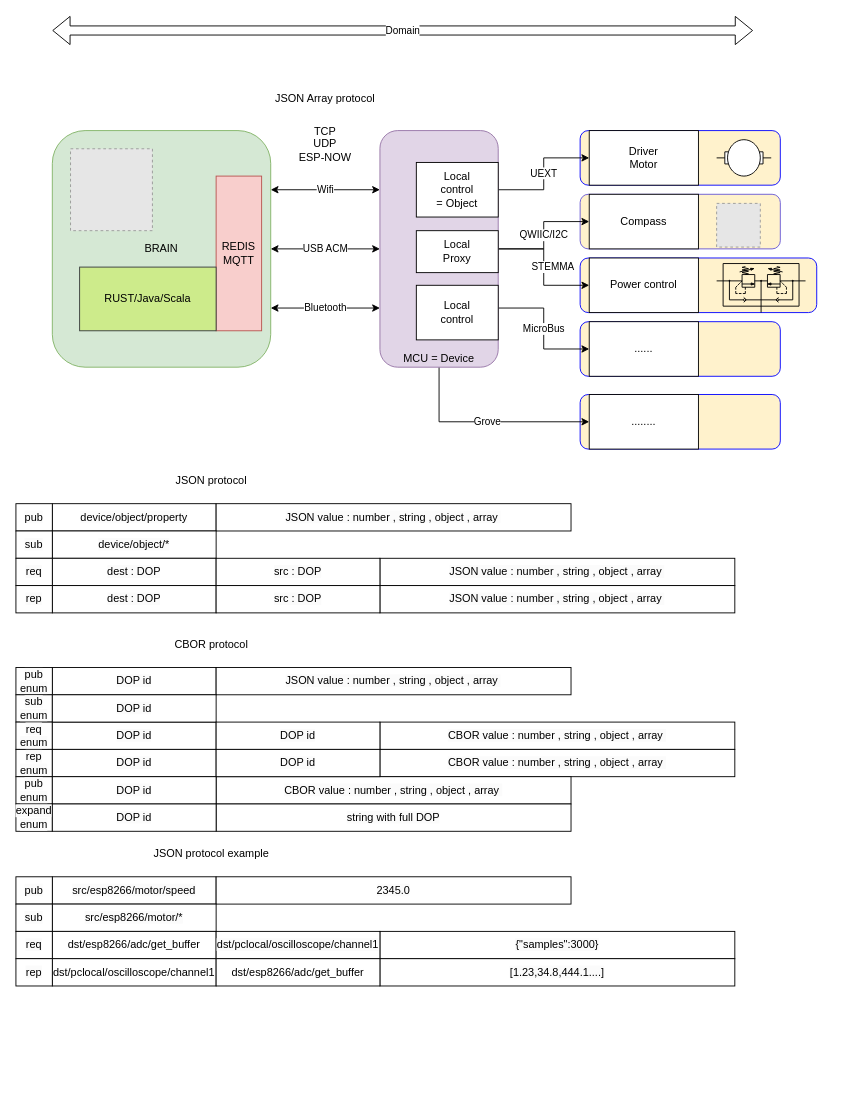
Before: docs/limero_concepts.drawio in vortex314/tiva-rs, a draw.io diagram. Source tidied: cells renumbered, new cells numbered last; positions are measured from the earlier drawing's top-left corner, leaving out a move shared by most shapes. Both pictures are drawn from the tidied source at 91%, with x=0, y=0 at pixel (15, 30). Pictures stored in the file or linked from it are replaced by grey dashed boxes.
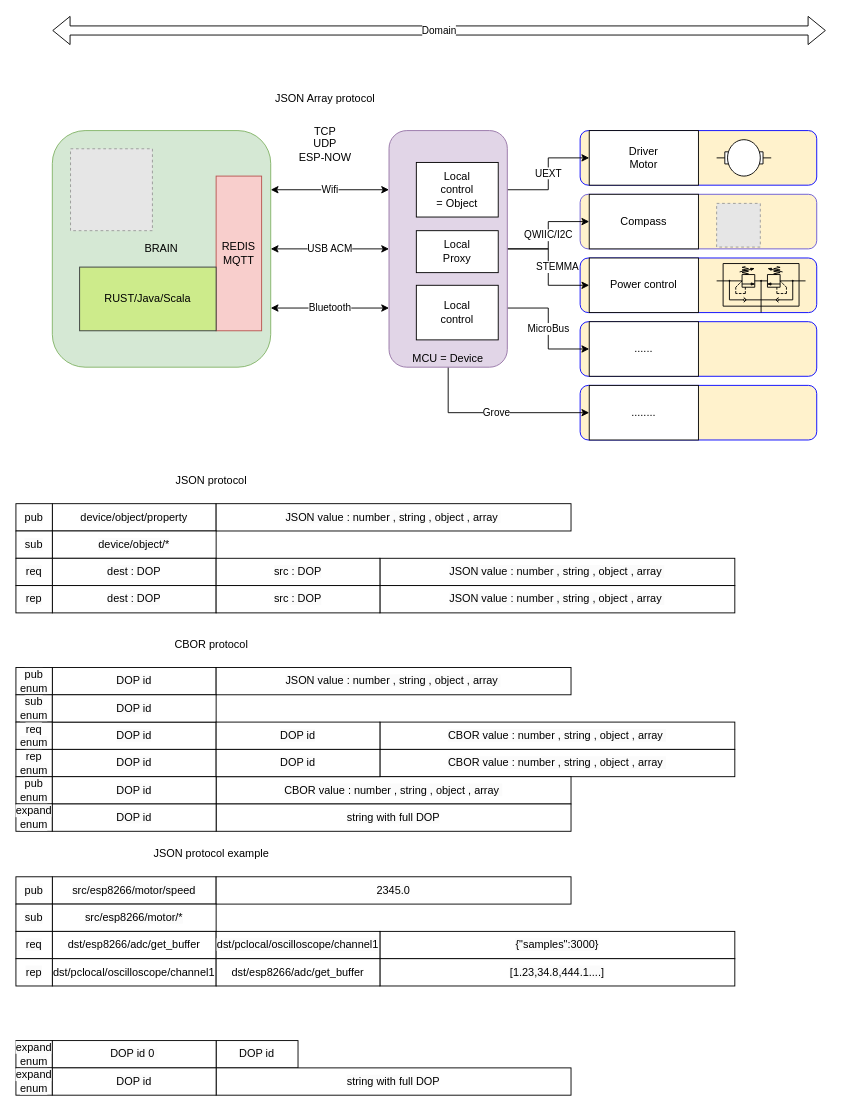
After the change.

What changed in the source:
```diff
@@
     <mxCell id="2" style="rounded=1;whiteSpace=wrap;html=1;fillColor=#fff2cc;strokeColor=#0000FF;" parent="1" vertex="1">
-      <mxGeometry x="620" y="400" width="220" height="60" as="geometry" />
+      <mxGeometry x="620" y="390" width="260" height="60" as="geometry" />
     </mxCell>
     <mxCell id="3" style="rounded=1;whiteSpace=wrap;html=1;fillColor=#fff2cc;strokeColor=#0000FF;" parent="1" vertex="1">
-      <mxGeometry x="620" y="320" width="220" height="60" as="geometry" />
+      <mxGeometry x="620" y="320" width="260" height="60" as="geometry" />
     </mxCell>
@@
     <mxCell id="5" style="rounded=1;whiteSpace=wrap;html=1;fillColor=#fff2cc;strokeColor=#6657d6;" parent="1" vertex="1">
-      <mxGeometry x="620" y="180" width="220" height="60" as="geometry" />
+      <mxGeometry x="620" y="180" width="260" height="60" as="geometry" />
     </mxCell>
     <mxCell id="6" style="rounded=1;whiteSpace=wrap;html=1;fillColor=#fff2cc;strokeColor=#0000FF;" parent="1" vertex="1">
-      <mxGeometry x="620" y="110" width="220" height="60" as="geometry" />
+      <mxGeometry x="620" y="110" width="260" height="60" as="geometry" />
     </mxCell>
@@
     <mxCell id="15" value="MCU = Device" style="rounded=1;whiteSpace=wrap;html=1;verticalAlign=bottom;fillColor=#e1d5e7;strokeColor=#9673a6;" parent="1" vertex="1">
-      <mxGeometry x="400" y="110" width="130" height="260" as="geometry" />
+      <mxGeometry x="410" y="110" width="130" height="260" as="geometry" />
     </mxCell>
@@
     <mxCell id="21" value="........" style="rounded=0;whiteSpace=wrap;html=1;" parent="1" vertex="1">
-      <mxGeometry x="630" y="400" width="120" height="60" as="geometry" />
+      <mxGeometry x="630" y="390" width="120" height="60" as="geometry" />
     </mxCell>
@@
     <mxCell id="33" value="Domain" style="shape=flexArrow;endArrow=classic;startArrow=classic;html=1;rounded=0;" parent="1" edge="1">
       <mxGeometry relative="1" as="geometry">
         <mxPoint x="40" as="sourcePoint" />
-        <mxPoint x="810" as="targetPoint" />
+        <mxPoint x="890" as="targetPoint" />
       </mxGeometry>
     </mxCell>
@@
+    <mxCell id="82" value="&lt;span style=&quot;color: rgb(0, 0, 0); font-family: Helvetica; font-size: 12px; font-style: normal; font-variant-ligatures: normal; font-variant-caps: normal; font-weight: 400; letter-spacing: normal; orphans: 2; text-align: center; text-indent: 0px; text-transform: none; widows: 2; word-spacing: 0px; -webkit-text-stroke-width: 0px; background-color: rgb(251, 251, 251); text-decoration-thickness: initial; text-decoration-style: initial; text-decoration-color: initial; float: none; display: inline !important;&quot;&gt;expand&lt;br&gt;enum&lt;br&gt;&lt;/span&gt;" style="rounded=0;whiteSpace=wrap;html=1;" parent="1" vertex="1">
+      <mxGeometry y="1110" width="40" height="30" as="geometry" />
+    </mxCell>
+    <mxCell id="83" value="&lt;span style=&quot;color: rgb(0, 0, 0); font-family: Helvetica; font-size: 12px; font-style: normal; font-variant-ligatures: normal; font-variant-caps: normal; font-weight: 400; letter-spacing: normal; orphans: 2; text-align: center; text-indent: 0px; text-transform: none; widows: 2; word-spacing: 0px; -webkit-text-stroke-width: 0px; background-color: rgb(251, 251, 251); text-decoration-thickness: initial; text-decoration-style: initial; text-decoration-color: initial; float: none; display: inline !important;&quot;&gt;DOP id&lt;/span&gt;" style="rounded=0;whiteSpace=wrap;html=1;" parent="1" vertex="1">
+      <mxGeometry x="220" y="1110" width="90" height="30" as="geometry" />
+    </mxCell>
+    <mxCell id="84" value="&lt;span style=&quot;color: rgb(0, 0, 0); font-family: Helvetica; font-size: 12px; font-style: normal; font-variant-ligatures: normal; font-variant-caps: normal; font-weight: 400; letter-spacing: normal; orphans: 2; text-align: center; text-indent: 0px; text-transform: none; widows: 2; word-spacing: 0px; -webkit-text-stroke-width: 0px; background-color: rgb(251, 251, 251); text-decoration-thickness: initial; text-decoration-style: initial; text-decoration-color: initial; float: none; display: inline !important;&quot;&gt;DOP id 0&amp;nbsp;&lt;/span&gt;" style="rounded=0;whiteSpace=wrap;html=1;" parent="1" vertex="1">
+      <mxGeometry x="40" y="1110" width="180" height="30" as="geometry" />
+    </mxCell>
+    <mxCell id="85" value="&lt;span style=&quot;color: rgb(0, 0, 0); font-family: Helvetica; font-size: 12px; font-style: normal; font-variant-ligatures: normal; font-variant-caps: normal; font-weight: 400; letter-spacing: normal; orphans: 2; text-align: center; text-indent: 0px; text-transform: none; widows: 2; word-spacing: 0px; -webkit-text-stroke-width: 0px; background-color: rgb(251, 251, 251); text-decoration-thickness: initial; text-decoration-style: initial; text-decoration-color: initial; float: none; display: inline !important;&quot;&gt;expand&lt;br&gt;enum&lt;br&gt;&lt;/span&gt;" style="rounded=0;whiteSpace=wrap;html=1;" parent="1" vertex="1">
+      <mxGeometry y="1140" width="40" height="30" as="geometry" />
+    </mxCell>
+    <mxCell id="86" value="&lt;span style=&quot;color: rgb(0, 0, 0); font-family: Helvetica; font-size: 12px; font-style: normal; font-variant-ligatures: normal; font-variant-caps: normal; font-weight: 400; letter-spacing: normal; orphans: 2; text-align: center; text-indent: 0px; text-transform: none; widows: 2; word-spacing: 0px; -webkit-text-stroke-width: 0px; background-color: rgb(251, 251, 251); text-decoration-thickness: initial; text-decoration-style: initial; text-decoration-color: initial; float: none; display: inline !important;&quot;&gt;string with full DOP&lt;/span&gt;" style="rounded=0;whiteSpace=wrap;html=1;" parent="1" vertex="1">
+      <mxGeometry x="220" y="1140" width="390" height="30" as="geometry" />
+    </mxCell>
+    <mxCell id="87" value="&lt;span style=&quot;color: rgb(0, 0, 0); font-family: Helvetica; font-size: 12px; font-style: normal; font-variant-ligatures: normal; font-variant-caps: normal; font-weight: 400; letter-spacing: normal; orphans: 2; text-align: center; text-indent: 0px; text-transform: none; widows: 2; word-spacing: 0px; -webkit-text-stroke-width: 0px; background-color: rgb(251, 251, 251); text-decoration-thickness: initial; text-decoration-style: initial; text-decoration-color: initial; float: none; display: inline !important;&quot;&gt;DOP id&lt;/span&gt;" style="rounded=0;whiteSpace=wrap;html=1;" parent="1" vertex="1">
+      <mxGeometry x="40" y="1140" width="180" height="30" as="geometry" />
+    </mxCell>
```
